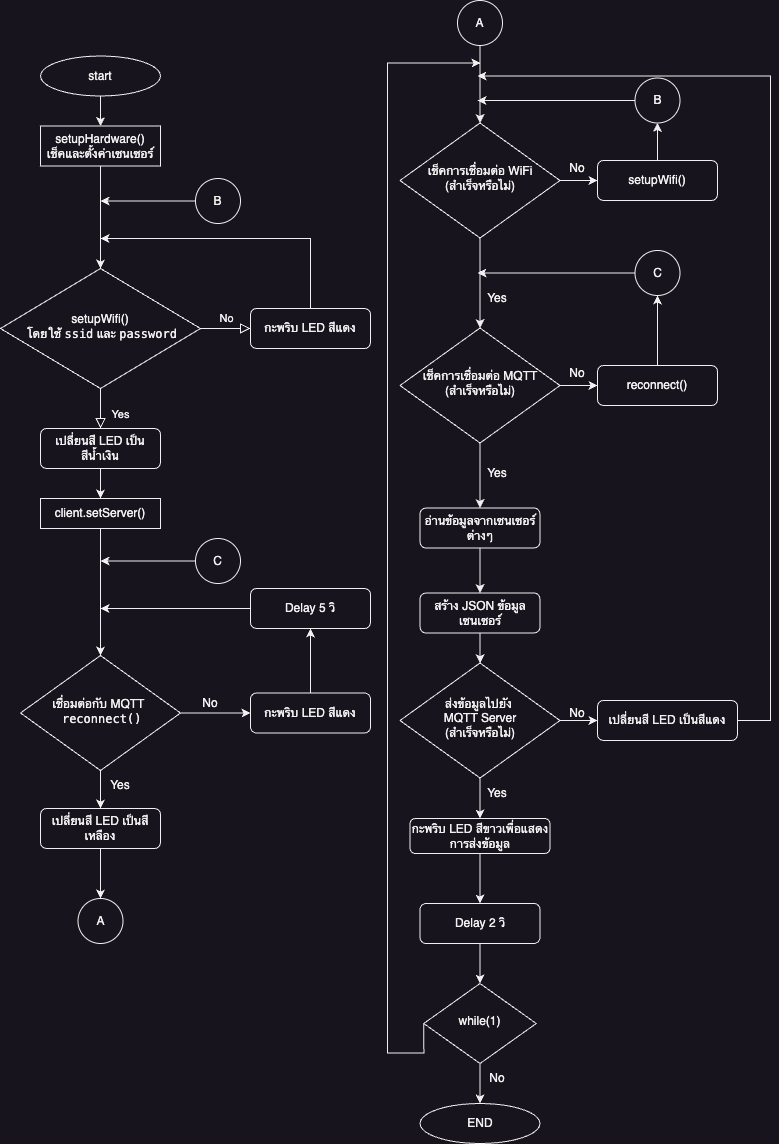
Before: assignment04/image/Flowchart_arduino.drawio.png, a diagram exported from draw.io (jittapat-idea/iotclass67). Source tidied: cells renumbered, new cells last; positions are measured from the earlier drawing's top-left corner, leaving out a move shared by most shapes. Source of this version:
```xml
<mxGraphModel>
  <root>
    <mxCell id="0" />
    <mxCell id="1" parent="0" />
    <mxCell id="2" value="Yes" style="rounded=0;html=1;jettySize=auto;fontSize=11;endArrow=block;endFill=0;endSize=8;strokeWidth=1;shadow=0;labelBackgroundColor=none;edgeStyle=orthogonalEdgeStyle;" parent="1" edge="1" source="4" target="6">
      <mxGeometry x="0.32" y="20" relative="1" as="geometry" />
    </mxCell>
    <mxCell id="3" value="No" style="edgeStyle=orthogonalEdgeStyle;rounded=0;html=1;jettySize=auto;fontSize=11;endArrow=block;endFill=0;endSize=8;strokeWidth=1;shadow=0;labelBackgroundColor=none;" parent="1" edge="1" source="4" target="8">
      <mxGeometry y="10" relative="1" as="geometry" />
    </mxCell>
    <mxCell id="4" value="setupWifi()&lt;div&gt;&amp;nbsp;โดยใช้ &lt;code&gt;ssid&lt;/code&gt; และ &lt;code&gt;password&lt;/code&gt;&lt;br&gt;&lt;/div&gt;" style="rhombus;whiteSpace=wrap;html=1;shadow=0;fontFamily=Helvetica;fontSize=12;align=center;strokeWidth=1;spacing=6;spacingTop=-4;" parent="1" vertex="1">
      <mxGeometry y="268" width="200" height="120" as="geometry" />
    </mxCell>
    <mxCell id="5" style="edgeStyle=orthogonalEdgeStyle;rounded=0;jettySize=auto;html=1;" parent="1" edge="1" source="6" target="17">
      <mxGeometry relative="1" as="geometry" />
    </mxCell>
    <mxCell id="6" value="เปลี่ยนสี LED เป็นสีน้ำเงิน" style="rounded=1;whiteSpace=wrap;html=1;fontSize=12;glass=0;strokeWidth=1;shadow=0;" parent="1" vertex="1">
      <mxGeometry x="40" y="428" width="120" height="40" as="geometry" />
    </mxCell>
    <mxCell id="7" style="edgeStyle=orthogonalEdgeStyle;rounded=0;jettySize=auto;html=1;exitX=0.5;exitY=0;exitDx=0;exitDy=0;" parent="1" edge="1" source="8">
      <mxGeometry relative="1" as="geometry">
        <mxPoint x="100" y="238" as="targetPoint" />
        <Array as="points">
          <mxPoint x="310" y="238" />
        </Array>
      </mxGeometry>
    </mxCell>
    <mxCell id="8" value="กะพริบ LED สีแดง" style="rounded=1;whiteSpace=wrap;html=1;fontSize=12;glass=0;strokeWidth=1;shadow=0;" parent="1" vertex="1">
      <mxGeometry x="250" y="308" width="120" height="40" as="geometry" />
    </mxCell>
    <mxCell id="9" style="edgeStyle=orthogonalEdgeStyle;rounded=0;jettySize=auto;html=1;entryX=0.5;entryY=0;entryDx=0;entryDy=0;" parent="1" edge="1" source="10" target="12">
      <mxGeometry relative="1" as="geometry" />
    </mxCell>
    <mxCell id="10" value="start" style="ellipse;whiteSpace=wrap;html=1;" parent="1" vertex="1">
      <mxGeometry x="40" y="55.5" width="120" height="40" as="geometry" />
    </mxCell>
    <mxCell id="11" style="edgeStyle=orthogonalEdgeStyle;rounded=0;jettySize=auto;html=1;" parent="1" edge="1" source="12" target="4">
      <mxGeometry relative="1" as="geometry" />
    </mxCell>
    <mxCell id="12" value="setupHardware()&lt;div&gt;เช็คและตั้งค่าเซนเซอร์&lt;br&gt;&lt;/div&gt;" style="rounded=0;whiteSpace=wrap;html=1;" parent="1" vertex="1">
      <mxGeometry x="40" y="125.5" width="120" height="40" as="geometry" />
    </mxCell>
    <mxCell id="13" style="edgeStyle=orthogonalEdgeStyle;rounded=0;jettySize=auto;html=1;" parent="1" edge="1" source="15" target="19">
      <mxGeometry relative="1" as="geometry" />
    </mxCell>
    <mxCell id="14" style="edgeStyle=orthogonalEdgeStyle;rounded=0;jettySize=auto;html=1;entryX=0;entryY=0.5;entryDx=0;entryDy=0;" parent="1" edge="1" source="15" target="22">
      <mxGeometry relative="1" as="geometry" />
    </mxCell>
    <mxCell id="15" value="&lt;div&gt;เชื่อมต่อกับ MQTT&amp;nbsp;&lt;/div&gt;&lt;div&gt;&amp;nbsp;&lt;code&gt;reconnect()&lt;/code&gt;&lt;br&gt;&lt;/div&gt;" style="rhombus;whiteSpace=wrap;html=1;shadow=0;fontFamily=Helvetica;fontSize=12;align=center;strokeWidth=1;spacing=6;spacingTop=-4;" parent="1" vertex="1">
      <mxGeometry x="20" y="655" width="160" height="115" as="geometry" />
    </mxCell>
    <mxCell id="16" style="edgeStyle=orthogonalEdgeStyle;rounded=0;jettySize=auto;html=1;entryX=0.5;entryY=0;entryDx=0;entryDy=0;" parent="1" edge="1" source="17" target="15">
      <mxGeometry relative="1" as="geometry" />
    </mxCell>
    <mxCell id="17" value="&lt;div&gt;client.setServer()&lt;br&gt;&lt;/div&gt;" style="rounded=0;whiteSpace=wrap;html=1;" parent="1" vertex="1">
      <mxGeometry x="40" y="498" width="120" height="30" as="geometry" />
    </mxCell>
    <mxCell id="18" style="edgeStyle=orthogonalEdgeStyle;rounded=0;jettySize=auto;html=1;entryX=0.5;entryY=0;entryDx=0;entryDy=0;" parent="1" edge="1" source="19" target="25">
      <mxGeometry relative="1" as="geometry" />
    </mxCell>
    <mxCell id="19" value="เปลี่ยนสี LED เป็นสีเหลือง" style="rounded=1;whiteSpace=wrap;html=1;fontSize=12;glass=0;strokeWidth=1;shadow=0;" parent="1" vertex="1">
      <mxGeometry x="40" y="808" width="120" height="40" as="geometry" />
    </mxCell>
    <mxCell id="20" value="Yes" style="text;html=1;align=center;verticalAlign=middle;whiteSpace=wrap;rounded=0;" parent="1" vertex="1">
      <mxGeometry x="90" y="770" width="60" height="30" as="geometry" />
    </mxCell>
    <mxCell id="21" style="edgeStyle=orthogonalEdgeStyle;rounded=0;jettySize=auto;html=1;entryX=0.5;entryY=1;entryDx=0;entryDy=0;" parent="1" edge="1" source="22" target="24">
      <mxGeometry relative="1" as="geometry" />
    </mxCell>
    <mxCell id="22" value="กะพริบ LED สีแดง" style="rounded=1;whiteSpace=wrap;html=1;fontSize=12;glass=0;strokeWidth=1;shadow=0;" parent="1" vertex="1">
      <mxGeometry x="250" y="692.5" width="120" height="40" as="geometry" />
    </mxCell>
    <mxCell id="23" style="edgeStyle=orthogonalEdgeStyle;rounded=0;jettySize=auto;html=1;" parent="1" edge="1" source="24">
      <mxGeometry relative="1" as="geometry">
        <mxPoint x="100" y="608" as="targetPoint" />
        <Array as="points">
          <mxPoint x="100" y="608" />
        </Array>
      </mxGeometry>
    </mxCell>
    <mxCell id="24" value="Delay 5 วิ" style="rounded=1;whiteSpace=wrap;html=1;fontSize=12;glass=0;strokeWidth=1;shadow=0;" parent="1" vertex="1">
      <mxGeometry x="250" y="588" width="120" height="40" as="geometry" />
    </mxCell>
    <mxCell id="25" value="A" style="ellipse;whiteSpace=wrap;html=1;" parent="1" vertex="1">
      <mxGeometry x="77.5" y="898" width="45" height="45" as="geometry" />
    </mxCell>
    <mxCell id="26" style="edgeStyle=orthogonalEdgeStyle;rounded=0;jettySize=auto;html=1;" parent="1" edge="1" source="27" target="30">
      <mxGeometry relative="1" as="geometry" />
    </mxCell>
    <mxCell id="27" value="A" style="ellipse;whiteSpace=wrap;html=1;" parent="1" vertex="1">
      <mxGeometry x="457" width="45" height="45" as="geometry" />
    </mxCell>
    <mxCell id="28" style="edgeStyle=orthogonalEdgeStyle;rounded=0;jettySize=auto;html=1;entryX=0;entryY=0.5;entryDx=0;entryDy=0;" parent="1" edge="1" source="30" target="37">
      <mxGeometry relative="1" as="geometry" />
    </mxCell>
    <mxCell id="29" style="edgeStyle=orthogonalEdgeStyle;rounded=0;jettySize=auto;html=1;entryX=0.5;entryY=0;entryDx=0;entryDy=0;" parent="1" edge="1" source="30" target="33">
      <mxGeometry relative="1" as="geometry" />
    </mxCell>
    <mxCell id="30" value="&lt;div&gt;เช็คการเชื่อมต่อ WiFi&lt;br&gt;&lt;/div&gt;&lt;div&gt;(สำเร็จหรือไม่)&lt;/div&gt;" style="rhombus;whiteSpace=wrap;html=1;shadow=0;fontFamily=Helvetica;fontSize=12;align=center;strokeWidth=1;spacing=6;spacingTop=-4;" parent="1" vertex="1">
      <mxGeometry x="399.5" y="122.5" width="160" height="115" as="geometry" />
    </mxCell>
    <mxCell id="31" style="edgeStyle=orthogonalEdgeStyle;rounded=0;jettySize=auto;html=1;entryX=0;entryY=0.5;entryDx=0;entryDy=0;" parent="1" edge="1" source="33" target="44">
      <mxGeometry relative="1" as="geometry" />
    </mxCell>
    <mxCell id="32" style="edgeStyle=orthogonalEdgeStyle;rounded=0;jettySize=auto;html=1;entryX=0.5;entryY=0;entryDx=0;entryDy=0;" parent="1" edge="1" source="33" target="51">
      <mxGeometry relative="1" as="geometry" />
    </mxCell>
    <mxCell id="33" value="&lt;div&gt;เช็คการเชื่อมต่อ MQTT&lt;br&gt;&lt;/div&gt;&lt;div&gt;(สำเร็จหรือไม่)&lt;/div&gt;" style="rhombus;whiteSpace=wrap;html=1;shadow=0;fontFamily=Helvetica;fontSize=12;align=center;strokeWidth=1;spacing=6;spacingTop=-4;" parent="1" vertex="1">
      <mxGeometry x="399.5" y="327.5" width="160" height="115" as="geometry" />
    </mxCell>
    <mxCell id="34" value="No" style="text;html=1;align=center;verticalAlign=middle;whiteSpace=wrap;rounded=0;" parent="1" vertex="1">
      <mxGeometry x="180" y="688" width="60" height="30" as="geometry" />
    </mxCell>
    <mxCell id="35" value="Yes" style="text;html=1;align=center;verticalAlign=middle;whiteSpace=wrap;rounded=0;" parent="1" vertex="1">
      <mxGeometry x="467" y="282.5" width="60" height="30" as="geometry" />
    </mxCell>
    <mxCell id="36" style="edgeStyle=orthogonalEdgeStyle;rounded=0;jettySize=auto;html=1;" parent="1" edge="1" source="37" target="39">
      <mxGeometry relative="1" as="geometry" />
    </mxCell>
    <mxCell id="37" value="setupWifi()" style="rounded=1;whiteSpace=wrap;html=1;fontSize=12;glass=0;strokeWidth=1;shadow=0;" parent="1" vertex="1">
      <mxGeometry x="597" y="160" width="120" height="40" as="geometry" />
    </mxCell>
    <mxCell id="38" style="edgeStyle=orthogonalEdgeStyle;rounded=0;jettySize=auto;html=1;" parent="1" edge="1" source="39">
      <mxGeometry relative="1" as="geometry">
        <mxPoint x="477" y="100" as="targetPoint" />
      </mxGeometry>
    </mxCell>
    <mxCell id="39" value="B" style="ellipse;whiteSpace=wrap;html=1;" parent="1" vertex="1">
      <mxGeometry x="634.5" y="77.5" width="45" height="45" as="geometry" />
    </mxCell>
    <mxCell id="40" style="edgeStyle=orthogonalEdgeStyle;rounded=0;jettySize=auto;html=1;" parent="1" edge="1" source="41">
      <mxGeometry relative="1" as="geometry">
        <mxPoint x="100" y="200.5" as="targetPoint" />
      </mxGeometry>
    </mxCell>
    <mxCell id="41" value="B" style="ellipse;whiteSpace=wrap;html=1;" parent="1" vertex="1">
      <mxGeometry x="195" y="178" width="45" height="45" as="geometry" />
    </mxCell>
    <mxCell id="42" value="No" style="text;html=1;align=center;verticalAlign=middle;whiteSpace=wrap;rounded=0;" parent="1" vertex="1">
      <mxGeometry x="547" y="152.5" width="60" height="30" as="geometry" />
    </mxCell>
    <mxCell id="43" style="edgeStyle=orthogonalEdgeStyle;rounded=0;jettySize=auto;html=1;entryX=0.5;entryY=1;entryDx=0;entryDy=0;" parent="1" edge="1" source="44" target="46">
      <mxGeometry relative="1" as="geometry" />
    </mxCell>
    <mxCell id="44" value="reconnect()" style="rounded=1;whiteSpace=wrap;html=1;fontSize=12;glass=0;strokeWidth=1;shadow=0;" parent="1" vertex="1">
      <mxGeometry x="597" y="365" width="120" height="40" as="geometry" />
    </mxCell>
    <mxCell id="45" style="edgeStyle=orthogonalEdgeStyle;rounded=0;jettySize=auto;html=1;" parent="1" edge="1" source="46">
      <mxGeometry relative="1" as="geometry">
        <mxPoint x="477" y="272.5" as="targetPoint" />
      </mxGeometry>
    </mxCell>
    <mxCell id="46" value="C" style="ellipse;whiteSpace=wrap;html=1;" parent="1" vertex="1">
      <mxGeometry x="634.5" y="250" width="45" height="45" as="geometry" />
    </mxCell>
    <mxCell id="47" value="No" style="text;html=1;align=center;verticalAlign=middle;whiteSpace=wrap;rounded=0;" parent="1" vertex="1">
      <mxGeometry x="547" y="357.5" width="60" height="30" as="geometry" />
    </mxCell>
    <mxCell id="48" style="edgeStyle=orthogonalEdgeStyle;rounded=0;jettySize=auto;html=1;" parent="1" edge="1" source="49">
      <mxGeometry relative="1" as="geometry">
        <mxPoint x="100" y="560.5" as="targetPoint" />
      </mxGeometry>
    </mxCell>
    <mxCell id="49" value="C" style="ellipse;whiteSpace=wrap;html=1;" parent="1" vertex="1">
      <mxGeometry x="195" y="538" width="45" height="45" as="geometry" />
    </mxCell>
    <mxCell id="50" style="edgeStyle=orthogonalEdgeStyle;rounded=0;jettySize=auto;html=1;entryX=0.5;entryY=0;entryDx=0;entryDy=0;" parent="1" edge="1" source="51" target="54">
      <mxGeometry relative="1" as="geometry" />
    </mxCell>
    <mxCell id="51" value="อ่านข้อมูลจากเซนเซอร์ต่างๆ" style="rounded=1;whiteSpace=wrap;html=1;fontSize=12;glass=0;strokeWidth=1;shadow=0;" parent="1" vertex="1">
      <mxGeometry x="419.5" y="507.5" width="120" height="40" as="geometry" />
    </mxCell>
    <mxCell id="52" value="Yes" style="text;html=1;align=center;verticalAlign=middle;whiteSpace=wrap;rounded=0;" parent="1" vertex="1">
      <mxGeometry x="467" y="457.5" width="60" height="30" as="geometry" />
    </mxCell>
    <mxCell id="53" style="edgeStyle=orthogonalEdgeStyle;rounded=0;jettySize=auto;html=1;" parent="1" edge="1" source="54" target="57">
      <mxGeometry relative="1" as="geometry" />
    </mxCell>
    <mxCell id="54" value="สร้าง JSON ข้อมูลเซนเซอร์" style="rounded=1;whiteSpace=wrap;html=1;fontSize=12;glass=0;strokeWidth=1;shadow=0;" parent="1" vertex="1">
      <mxGeometry x="419.5" y="592.5" width="120" height="40" as="geometry" />
    </mxCell>
    <mxCell id="55" style="edgeStyle=orthogonalEdgeStyle;rounded=0;jettySize=auto;html=1;entryX=0;entryY=0.5;entryDx=0;entryDy=0;" parent="1" edge="1" source="57" target="59">
      <mxGeometry relative="1" as="geometry" />
    </mxCell>
    <mxCell id="56" style="edgeStyle=orthogonalEdgeStyle;rounded=0;jettySize=auto;html=1;entryX=0.5;entryY=0;entryDx=0;entryDy=0;" parent="1" edge="1" source="57" target="62">
      <mxGeometry relative="1" as="geometry" />
    </mxCell>
    <mxCell id="57" value="&lt;div&gt;&lt;span style=&quot;background-color: initial;&quot;&gt;ส่งข้อมูลไปยัง&amp;nbsp;&lt;/span&gt;&lt;/div&gt;&lt;div&gt;&lt;span style=&quot;background-color: initial;&quot;&gt;MQTT Server&lt;/span&gt;&lt;/div&gt;&lt;div&gt;&lt;span style=&quot;background-color: initial;&quot;&gt;(สำเร็จหรือไม่)&lt;/span&gt;&lt;br&gt;&lt;/div&gt;" style="rhombus;whiteSpace=wrap;html=1;shadow=0;fontFamily=Helvetica;fontSize=12;align=center;strokeWidth=1;spacing=6;spacingTop=-4;" parent="1" vertex="1">
      <mxGeometry x="399.5" y="662.5" width="160" height="115" as="geometry" />
    </mxCell>
    <mxCell id="58" style="edgeStyle=orthogonalEdgeStyle;rounded=0;jettySize=auto;html=1;strokeColor=default;exitX=1;exitY=0.5;exitDx=0;exitDy=0;" parent="1" edge="1" source="59">
      <mxGeometry relative="1" as="geometry">
        <mxPoint x="477" y="75.5" as="targetPoint" />
        <Array as="points">
          <mxPoint x="770" y="720" />
          <mxPoint x="770" y="76" />
        </Array>
      </mxGeometry>
    </mxCell>
    <mxCell id="59" value="เปลี่ยนสี LED เป็นสีแดง" style="rounded=1;whiteSpace=wrap;html=1;fontSize=12;glass=0;strokeWidth=1;shadow=0;" parent="1" vertex="1">
      <mxGeometry x="597" y="700" width="140" height="40" as="geometry" />
    </mxCell>
    <mxCell id="60" value="No" style="text;html=1;align=center;verticalAlign=middle;whiteSpace=wrap;rounded=0;" parent="1" vertex="1">
      <mxGeometry x="547" y="698" width="60" height="30" as="geometry" />
    </mxCell>
    <mxCell id="61" style="edgeStyle=orthogonalEdgeStyle;rounded=0;jettySize=auto;html=1;" parent="1" edge="1" source="62" target="65">
      <mxGeometry relative="1" as="geometry" />
    </mxCell>
    <mxCell id="62" value="กะพริบ LED สีขาวเพื่อแสดงการส่งข้อมูล" style="rounded=1;whiteSpace=wrap;html=1;fontSize=12;glass=0;strokeWidth=1;shadow=0;" parent="1" vertex="1">
      <mxGeometry x="409.5" y="818" width="140" height="35" as="geometry" />
    </mxCell>
    <mxCell id="63" value="Yes" style="text;html=1;align=center;verticalAlign=middle;whiteSpace=wrap;rounded=0;" parent="1" vertex="1">
      <mxGeometry x="467" y="777.5" width="60" height="30" as="geometry" />
    </mxCell>
    <mxCell id="64" style="edgeStyle=orthogonalEdgeStyle;rounded=0;jettySize=auto;html=1;entryX=0.5;entryY=0;entryDx=0;entryDy=0;" parent="1" edge="1" source="65" target="68">
      <mxGeometry relative="1" as="geometry" />
    </mxCell>
    <mxCell id="65" value="Delay 2 วิ" style="rounded=1;whiteSpace=wrap;html=1;fontSize=12;glass=0;strokeWidth=1;shadow=0;" parent="1" vertex="1">
      <mxGeometry x="419.5" y="903" width="120" height="40" as="geometry" />
    </mxCell>
    <mxCell id="66" style="edgeStyle=orthogonalEdgeStyle;rounded=0;jettySize=auto;html=1;entryX=0.5;entryY=0;entryDx=0;entryDy=0;" parent="1" edge="1" source="68" target="69">
      <mxGeometry relative="1" as="geometry" />
    </mxCell>
    <mxCell id="67" style="edgeStyle=orthogonalEdgeStyle;rounded=0;jettySize=auto;html=1;exitX=0;exitY=0.5;exitDx=0;exitDy=0;" parent="1" edge="1" source="68">
      <mxGeometry relative="1" as="geometry">
        <mxPoint x="480" y="62.5" as="targetPoint" />
        <Array as="points">
          <mxPoint x="387" y="1052.5" />
          <mxPoint x="387" y="62.5" />
        </Array>
      </mxGeometry>
    </mxCell>
    <mxCell id="68" value="&lt;div&gt;while(1)&lt;/div&gt;" style="rhombus;whiteSpace=wrap;html=1;shadow=0;fontFamily=Helvetica;fontSize=12;align=center;strokeWidth=1;spacing=6;spacingTop=-4;" parent="1" vertex="1">
      <mxGeometry x="423.2" y="983" width="112.5" height="80" as="geometry" />
    </mxCell>
    <mxCell id="69" value="END" style="ellipse;whiteSpace=wrap;html=1;" parent="1" vertex="1">
      <mxGeometry x="419.5" y="1103" width="120" height="40" as="geometry" />
    </mxCell>
    <mxCell id="70" value="No" style="text;html=1;align=center;verticalAlign=middle;whiteSpace=wrap;rounded=0;" parent="1" vertex="1">
      <mxGeometry x="467" y="1063" width="60" height="30" as="geometry" />
    </mxCell>
  </root>
</mxGraphModel>
```
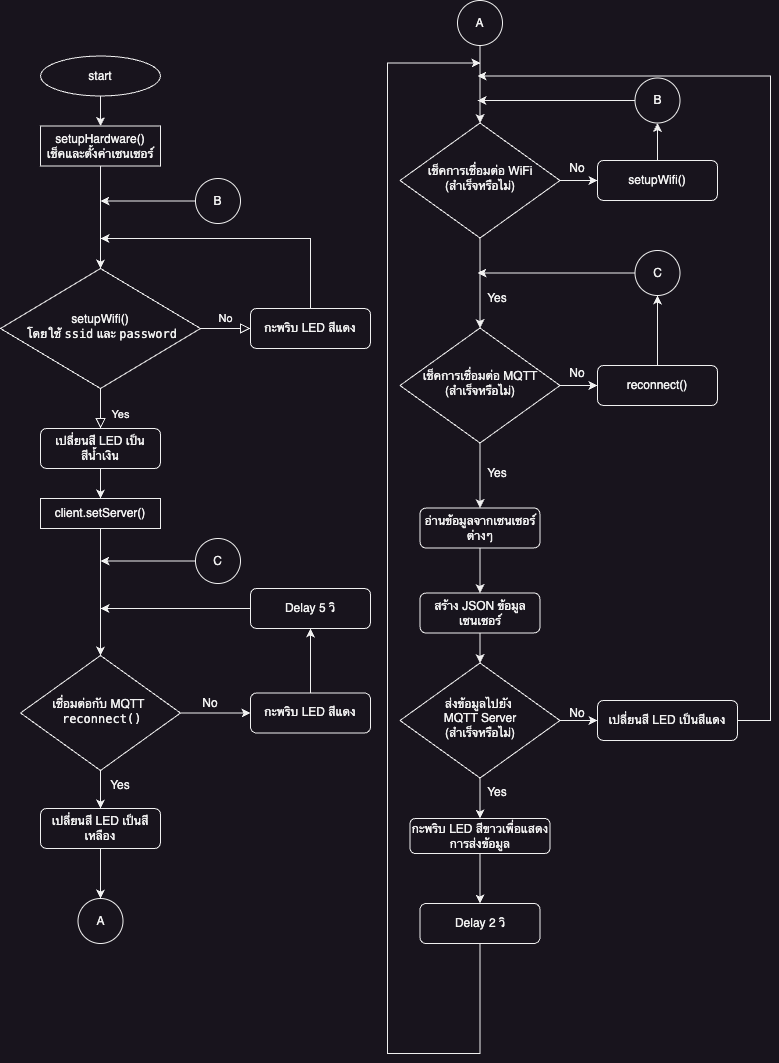
The same diagram one commit later.

What changed in the source:
```diff
@@ -212,32 +212,18 @@
     <mxCell id="63" value="Yes" style="text;html=1;align=center;verticalAlign=middle;whiteSpace=wrap;rounded=0;" parent="1" vertex="1">
       <mxGeometry x="467" y="777.5" width="60" height="30" as="geometry" />
     </mxCell>
-    <mxCell id="64" style="edgeStyle=orthogonalEdgeStyle;rounded=0;jettySize=auto;html=1;entryX=0.5;entryY=0;entryDx=0;entryDy=0;" parent="1" edge="1" source="65" target="68">
-      <mxGeometry relative="1" as="geometry" />
-    </mxCell>
     <mxCell id="65" value="Delay 2 วิ" style="rounded=1;whiteSpace=wrap;html=1;fontSize=12;glass=0;strokeWidth=1;shadow=0;" parent="1" vertex="1">
       <mxGeometry x="419.5" y="903" width="120" height="40" as="geometry" />
     </mxCell>
-    <mxCell id="66" style="edgeStyle=orthogonalEdgeStyle;rounded=0;jettySize=auto;html=1;entryX=0.5;entryY=0;entryDx=0;entryDy=0;" parent="1" edge="1" source="68" target="69">
-      <mxGeometry relative="1" as="geometry" />
-    </mxCell>
-    <mxCell id="67" style="edgeStyle=orthogonalEdgeStyle;rounded=0;jettySize=auto;html=1;exitX=0;exitY=0.5;exitDx=0;exitDy=0;" parent="1" edge="1" source="68">
+    <mxCell id="67" style="edgeStyle=orthogonalEdgeStyle;rounded=0;jettySize=auto;html=1;exitX=0.5;exitY=1;exitDx=0;exitDy=0;" parent="1" edge="1" source="65">
       <mxGeometry relative="1" as="geometry">
         <mxPoint x="480" y="62.5" as="targetPoint" />
         <Array as="points">
-          <mxPoint x="387" y="1052.5" />
-          <mxPoint x="387" y="62.5" />
+          <mxPoint x="480" y="1053" />
+          <mxPoint x="387" y="1053" />
+          <mxPoint x="387" y="63" />
         </Array>
       </mxGeometry>
     </mxCell>
-    <mxCell id="68" value="&lt;div&gt;while(1)&lt;/div&gt;" style="rhombus;whiteSpace=wrap;html=1;shadow=0;fontFamily=Helvetica;fontSize=12;align=center;strokeWidth=1;spacing=6;spacingTop=-4;" parent="1" vertex="1">
-      <mxGeometry x="423.2" y="983" width="112.5" height="80" as="geometry" />
-    </mxCell>
-    <mxCell id="69" value="END" style="ellipse;whiteSpace=wrap;html=1;" parent="1" vertex="1">
-      <mxGeometry x="419.5" y="1103" width="120" height="40" as="geometry" />
-    </mxCell>
-    <mxCell id="70" value="No" style="text;html=1;align=center;verticalAlign=middle;whiteSpace=wrap;rounded=0;" parent="1" vertex="1">
-      <mxGeometry x="467" y="1063" width="60" height="30" as="geometry" />
-    </mxCell>
   </root>
 </mxGraphModel>
```
